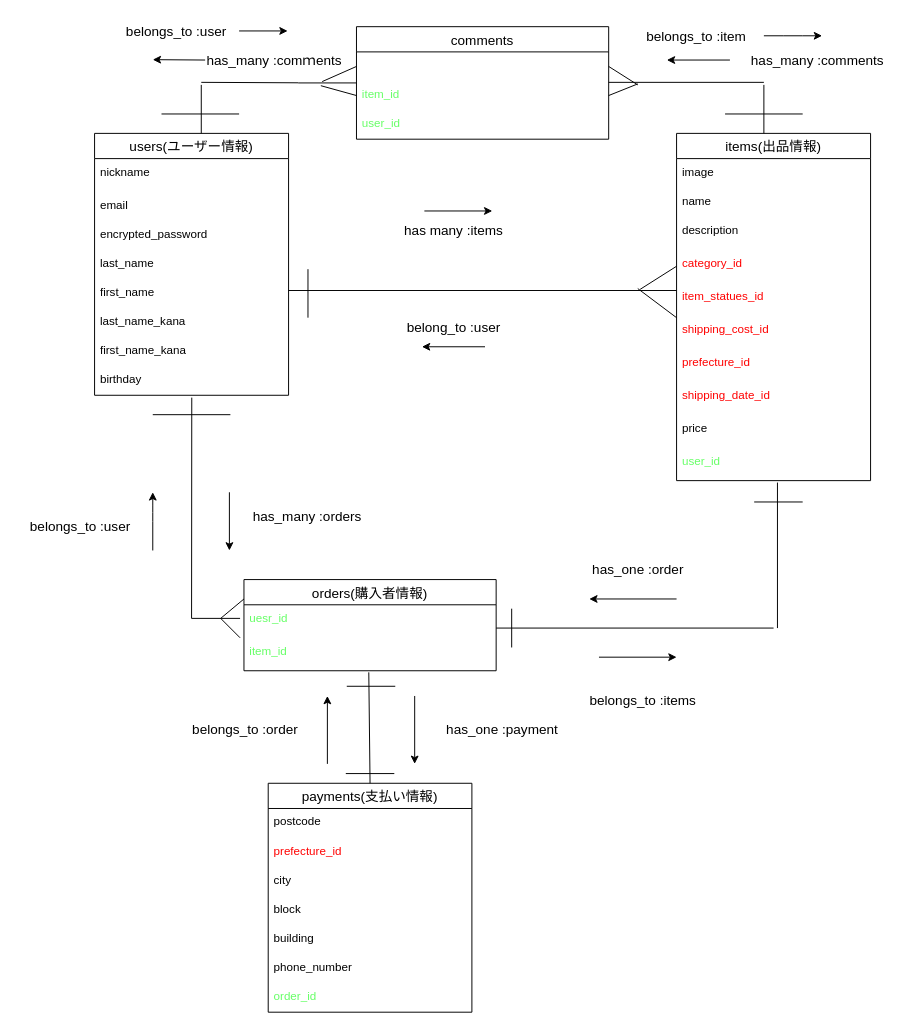
The draw.io diagram ER.dio in pickles0417/furima-41465, before the edit. Source tidied: cells renumbered, new cells numbered last; positions are measured from the earlier drawing's top-left corner, leaving out a move shared by most shapes. Both pictures are drawn from the tidied source at 97%, with x=0, y=0 at pixel (16, 16).
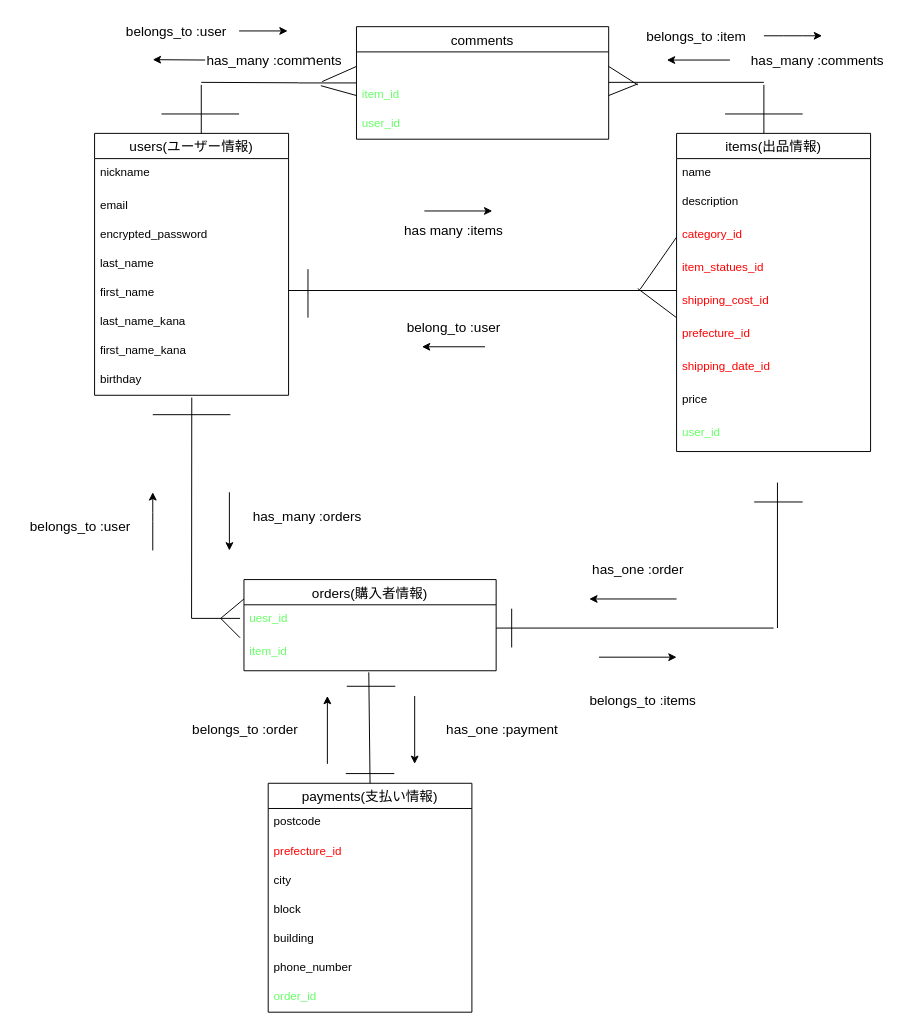
The same diagram, later.

Change to the diagram source:
```diff
@@
     <mxCell id="14" value="items(出品情報)" style="swimlane;fontStyle=0;horizontal=1;startSize=26;align=center;fontSize=14;" parent="1" vertex="1">
-      <mxGeometry x="680" y="120" width="200" height="358" as="geometry" />
+      <mxGeometry x="680" y="120" width="200" height="328" as="geometry" />
     </mxCell>
-    <mxCell id="15" value="image" style="text;strokeColor=none;fillColor=none;spacingLeft=4;spacingRight=4;overflow=hidden;fontSize=12;" parent="14" vertex="1">
-      <mxGeometry y="26" width="200" height="30" as="geometry" />
-    </mxCell>
     <mxCell id="16" value="name" style="text;strokeColor=none;fillColor=none;spacingLeft=4;spacingRight=4;overflow=hidden;fontSize=12;" parent="14" vertex="1">
-      <mxGeometry y="56" width="200" height="30" as="geometry" />
+      <mxGeometry y="26" width="200" height="30" as="geometry" />
     </mxCell>
     <mxCell id="17" value="description" style="text;strokeColor=none;fillColor=none;spacingLeft=4;spacingRight=4;overflow=hidden;fontSize=12;" parent="14" vertex="1">
-      <mxGeometry y="86" width="200" height="34" as="geometry" />
+      <mxGeometry y="56" width="200" height="34" as="geometry" />
     </mxCell>
     <mxCell id="18" value="category_id" style="text;strokeColor=none;fillColor=none;spacingLeft=4;spacingRight=4;overflow=hidden;points=[[0,0.5],[1,0.5]];portConstraint=eastwest;fontSize=12;fontColor=#FF0000;" parent="14" vertex="1">
-      <mxGeometry y="120" width="200" height="34" as="geometry" />
+      <mxGeometry y="90" width="200" height="34" as="geometry" />
     </mxCell>
     <mxCell id="19" value="item_statues_id" style="text;strokeColor=none;fillColor=none;spacingLeft=4;spacingRight=4;overflow=hidden;fontSize=12;fontColor=#FF0000;" parent="14" vertex="1">
-      <mxGeometry y="154" width="200" height="34" as="geometry" />
+      <mxGeometry y="124" width="200" height="34" as="geometry" />
     </mxCell>
     <mxCell id="20" value="shipping_cost_id" style="text;strokeColor=none;fillColor=none;spacingLeft=4;spacingRight=4;overflow=hidden;fontSize=12;fontColor=#FF0000;" parent="14" vertex="1">
-      <mxGeometry y="188" width="200" height="34" as="geometry" />
+      <mxGeometry y="158" width="200" height="34" as="geometry" />
     </mxCell>
     <mxCell id="21" value="prefecture_id" style="text;strokeColor=none;fillColor=none;spacingLeft=4;spacingRight=4;overflow=hidden;fontSize=12;fontColor=#FF0000;" parent="14" vertex="1">
-      <mxGeometry y="222" width="200" height="34" as="geometry" />
+      <mxGeometry y="192" width="200" height="34" as="geometry" />
     </mxCell>
     <mxCell id="22" value="shipping_date_id" style="text;strokeColor=none;fillColor=none;spacingLeft=4;spacingRight=4;overflow=hidden;fontSize=12;fontColor=#FF0000;" parent="14" vertex="1">
-      <mxGeometry y="256" width="200" height="34" as="geometry" />
+      <mxGeometry y="226" width="200" height="34" as="geometry" />
     </mxCell>
     <mxCell id="23" value="price" style="text;strokeColor=none;fillColor=none;spacingLeft=4;spacingRight=4;overflow=hidden;fontSize=12;" parent="14" vertex="1">
-      <mxGeometry y="290" width="200" height="34" as="geometry" />
+      <mxGeometry y="260" width="200" height="34" as="geometry" />
     </mxCell>
     <mxCell id="24" value="user_id" style="text;strokeColor=none;fillColor=none;spacingLeft=4;spacingRight=4;overflow=hidden;fontSize=12;fontColor=#66FF66;" parent="14" vertex="1">
-      <mxGeometry y="324" width="200" height="34" as="geometry" />
+      <mxGeometry y="294" width="200" height="34" as="geometry" />
     </mxCell>
```
